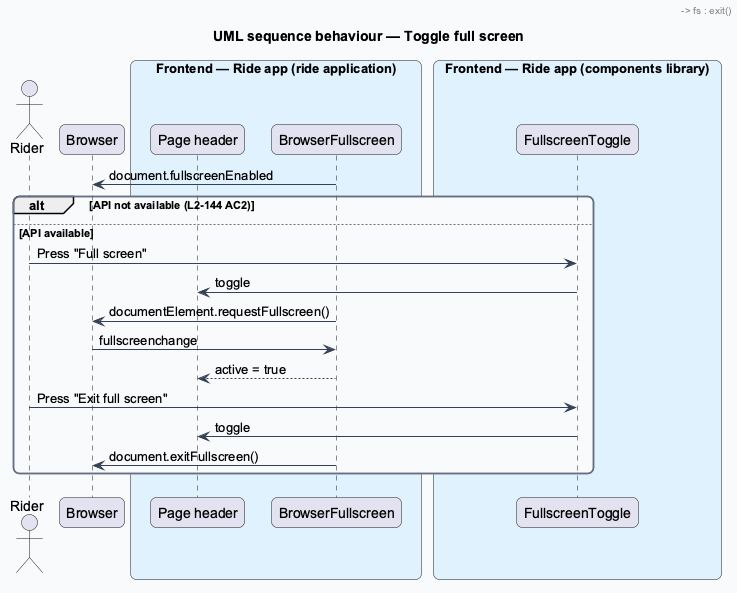
This is docs/detailed-designs/ui/switch-theme-and-full-screen/diagrams/sequence-toggle-full-screen.png from QuinntyneBrown/ride-one, a PlantUML export, as it was before one commit.
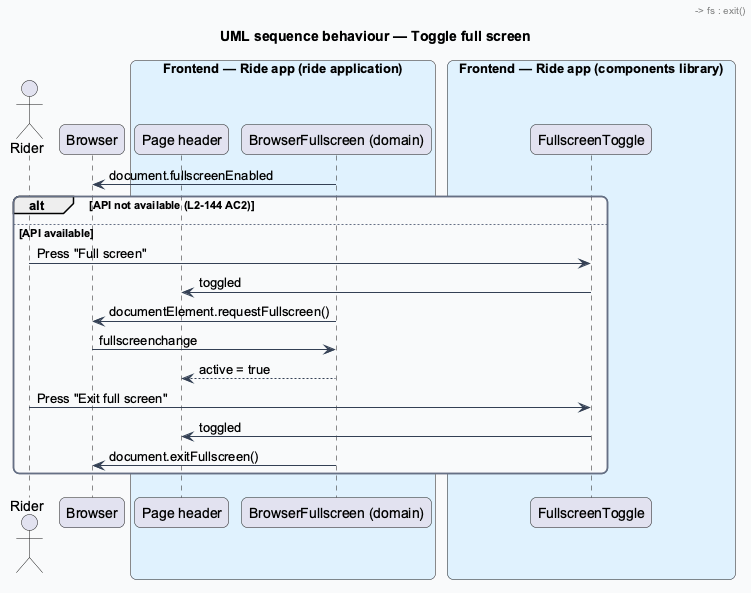
The same diagram one commit later.

Diff of the diagram source:
```diff
@@ -18,7 +18,7 @@
 participant "Browser" as browser
 box "Frontend — Ride app (ride application)" #E0F2FE
   participant "Page header" as header
-  participant "BrowserFullscreen" as fs
+  participant "BrowserFullscreen (domain)" as fs
 end box
 box "Frontend — Ride app (components library)" #E0F2FE
   participant "FullscreenToggle" as toggle
@@ -30,14 +30,14 @@
 else API available
   header -> toggle : Render with active = false, label "Full screen"
   actor -> toggle : Press "Full screen"
-  toggle -> header : toggle
+  toggle -> header : toggled
   header -> fs : enter()
   fs -> browser : documentElement.requestFullscreen()
   browser -> fs : fullscreenchange
   fs --> header : active = true
   header -> toggle : active = true, label "Exit full screen" (L2-144 AC1)
   actor -> toggle : Press "Exit full screen"
-  toggle -> header : toggle
+  toggle -> header : toggled
   header -> fs : exit()
   fs -> browser : document.exitFullscreen()
 end
```
